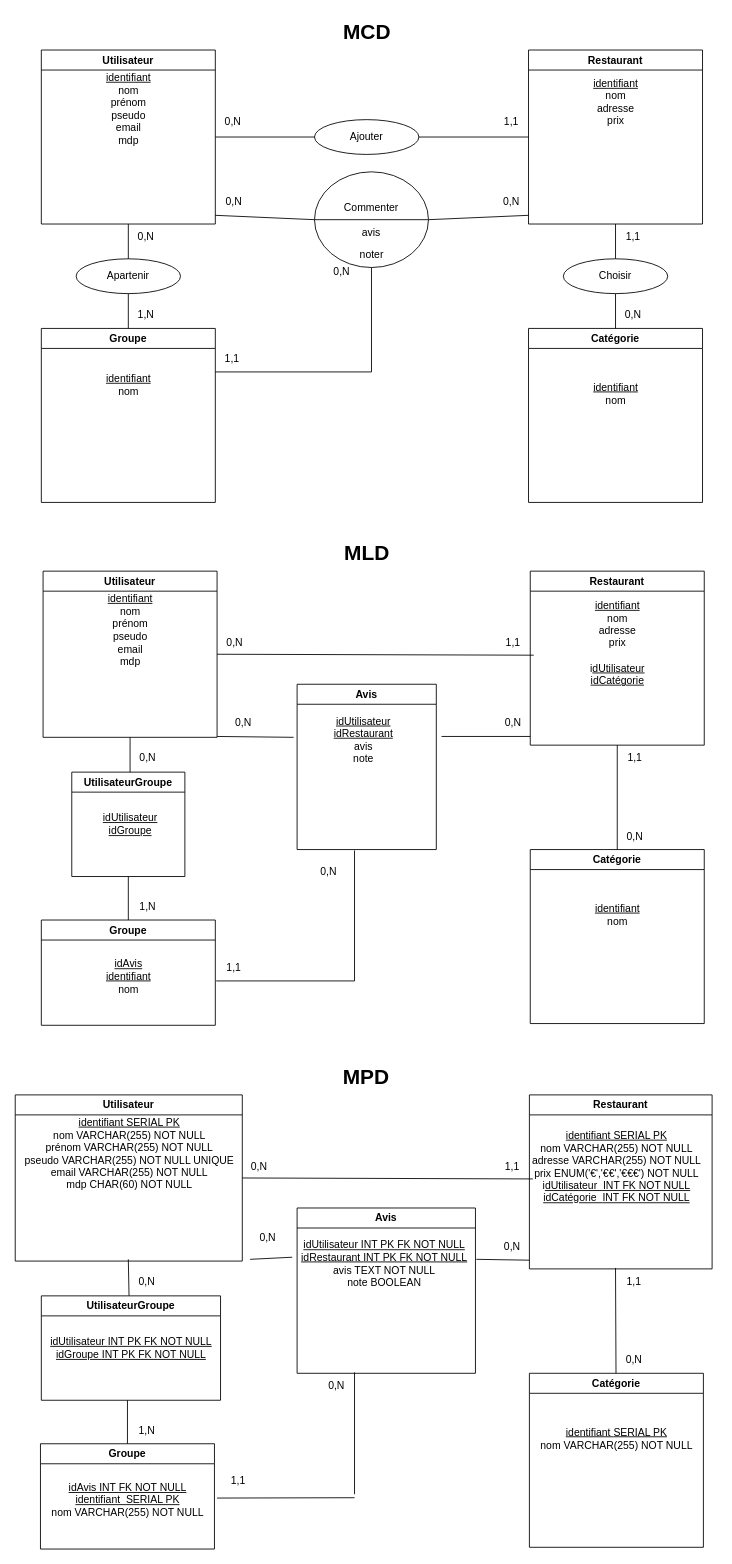
Before: filRouge.drawio in JeromeC7/LesRestoDesPotos, a draw.io diagram. Source tidied: cells renumbered, new cells numbered last; positions are measured from the earlier drawing's top-left corner, leaving out a move shared by most shapes. Both pictures are drawn from the tidied source at 87%, with x=0, y=0 at pixel (15, 15).
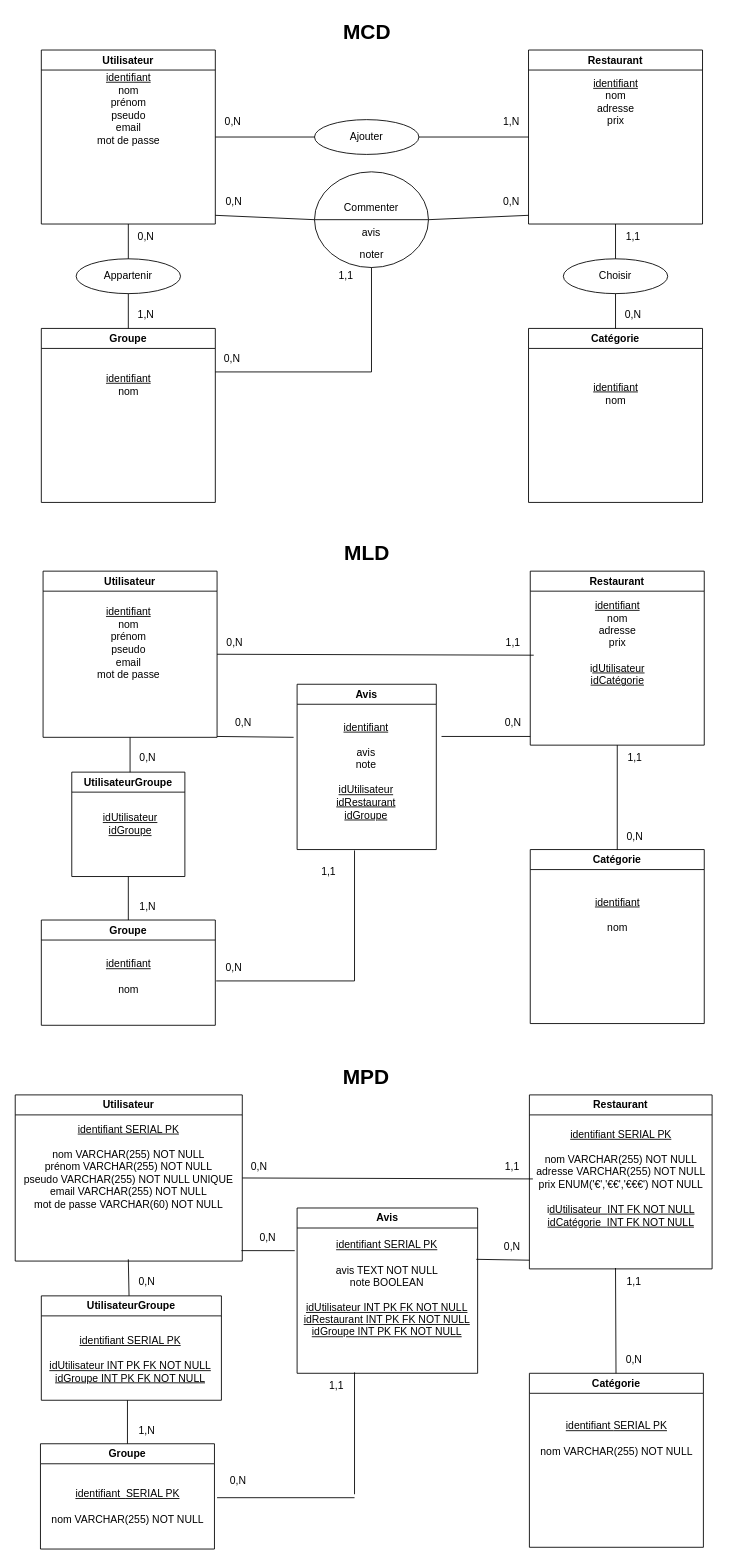
The same page after the edit.

Commit message:
Mettre à jour filRouge.drawio

The change refers to these unchanged cells:
```xml
<mxCell id="2" value="Utilisateur" style="swimlane;whiteSpace=wrap;html=1;" parent="1" vertex="1">
  <mxGeometry x="30" y="40" width="200" height="200" as="geometry" />
</mxCell>
<mxCell id="32" value="Utilisateur" style="swimlane;whiteSpace=wrap;html=1;" parent="1" vertex="1">
  <mxGeometry x="32" y="639" width="200" height="191" as="geometry" />
</mxCell>
<mxCell id="37" value="Catégorie" style="swimlane;whiteSpace=wrap;html=1;" parent="1" vertex="1">
  <mxGeometry x="592" y="959" width="200" height="200" as="geometry" />
</mxCell>
<mxCell id="48" value="Groupe" style="swimlane;whiteSpace=wrap;html=1;" parent="1" vertex="1">
  <mxGeometry x="30" y="1040" width="200" height="121" as="geometry" />
</mxCell>
<mxCell id="55" value="Avis" style="swimlane;whiteSpace=wrap;html=1;" parent="1" vertex="1">
  <mxGeometry x="324" y="769" width="160" height="190" as="geometry" />
</mxCell>
<mxCell id="59" value="Utilisateur" style="swimlane;whiteSpace=wrap;html=1;" parent="1" vertex="1">
  <mxGeometry y="1241" width="261" height="191" as="geometry" />
</mxCell>
<mxCell id="61" value="Restaurant" style="swimlane;whiteSpace=wrap;html=1;" parent="1" vertex="1">
  <mxGeometry x="591" y="1241" width="210" height="200" as="geometry" />
</mxCell>
<mxCell id="64" value="Catégorie" style="swimlane;whiteSpace=wrap;html=1;" parent="1" vertex="1">
  <mxGeometry x="591" y="1561" width="200" height="200" as="geometry" />
</mxCell>
<mxCell id="75" value="Groupe" style="swimlane;whiteSpace=wrap;html=1;" parent="1" vertex="1">
  <mxGeometry x="29" y="1642" width="200" height="121" as="geometry" />
</mxCell>
```

What changed in the source:
```diff
@@
-    <mxCell id="3" value="&lt;u&gt;identifiant&lt;/u&gt;&lt;br&gt;nom&lt;br&gt;prénom&lt;br&gt;pseudo&lt;br&gt;email&lt;br&gt;mdp" style="text;html=1;align=center;verticalAlign=middle;strokeColor=none;fillColor=none;" parent="2" vertex="1">
-      <mxGeometry x="65" y="18" width="70" height="100" as="geometry" />
+    <mxCell id="3" value="&lt;u&gt;identifiant&lt;/u&gt;&lt;br&gt; nom &lt;br&gt;prénom &lt;br&gt;pseudo &lt;br&gt;email &lt;br&gt;mot de passe" style="text;html=1;align=center;verticalAlign=middle;strokeColor=none;fillColor=none;" parent="2" vertex="1">
+      <mxGeometry x="50" y="18" width="100" height="100" as="geometry" />
     </mxCell>
@@
-    <mxCell id="17" value="1,1" style="text;html=1;align=center;verticalAlign=middle;strokeColor=none;fillColor=none;" parent="1" vertex="1">
+    <mxCell id="17" value="1,N" style="text;html=1;align=center;verticalAlign=middle;strokeColor=none;fillColor=none;" parent="1" vertex="1">
       <mxGeometry x="550" y="108" width="40" height="30" as="geometry" />
     </mxCell>
@@
-    <mxCell id="27" value="Apartenir" style="ellipse;whiteSpace=wrap;html=1;" parent="1" vertex="1">
+    <mxCell id="27" value="Appartenir" style="ellipse;whiteSpace=wrap;html=1;" parent="1" vertex="1">
       <mxGeometry x="70" y="280" width="120" height="40" as="geometry" />
     </mxCell>
@@
-    <mxCell id="33" value="&lt;u&gt;identifiant&lt;/u&gt;&lt;br&gt;nom&lt;br&gt;prénom&lt;br&gt;pseudo&lt;br&gt;email&lt;br&gt;mdp" style="text;html=1;align=center;verticalAlign=middle;strokeColor=none;fillColor=none;" parent="32" vertex="1">
-      <mxGeometry x="65" y="18" width="70" height="100" as="geometry" />
+    <mxCell id="33" value="&lt;u&gt;identifiant&lt;/u&gt;&lt;br&gt; nom &lt;br&gt;prénom &lt;br&gt;pseudo &lt;br&gt;email &lt;br&gt;mot de passe" style="text;html=1;align=center;verticalAlign=middle;strokeColor=none;fillColor=none;" parent="32" vertex="1">
+      <mxGeometry x="48" y="33" width="100" height="100" as="geometry" />
     </mxCell>
@@
-    <mxCell id="38" value="&lt;u&gt;identifiant&lt;/u&gt;&lt;br&gt;nom" style="text;html=1;align=center;verticalAlign=middle;strokeColor=none;fillColor=none;" parent="37" vertex="1">
-      <mxGeometry x="65" y="55" width="70" height="40" as="geometry" />
+    <mxCell id="38" value="&lt;u&gt;identifiant&lt;br&gt;&lt;/u&gt;&lt;br&gt;nom" style="text;html=1;align=center;verticalAlign=middle;strokeColor=none;fillColor=none;" parent="37" vertex="1">
+      <mxGeometry x="65" y="45" width="70" height="60" as="geometry" />
     </mxCell>
@@
-    <mxCell id="49" value="&lt;u&gt;idAvis&lt;br&gt;identifiant&lt;/u&gt;&lt;br&gt; nom" style="text;html=1;align=center;verticalAlign=middle;strokeColor=none;fillColor=none;" parent="48" vertex="1">
+    <mxCell id="49" value="&lt;u&gt;identifiant&lt;br&gt;&lt;/u&gt;&lt;br&gt; nom" style="text;html=1;align=center;verticalAlign=middle;strokeColor=none;fillColor=none;" parent="48" vertex="1">
       <mxGeometry x="65" y="35" width="70" height="60" as="geometry" />
     </mxCell>
@@
-    <mxCell id="56" value="&lt;u&gt;idUtilisateur&lt;/u&gt;&lt;br&gt;&lt;u&gt;idRestaurant&lt;/u&gt;&lt;br&gt;avis&lt;br&gt;note" style="text;html=1;align=center;verticalAlign=middle;strokeColor=none;fillColor=none;" parent="1" vertex="1">
-      <mxGeometry x="355" y="798" width="90" height="70" as="geometry" />
+    <mxCell id="56" value="&lt;u&gt;identifiant&lt;br&gt;&lt;/u&gt;&lt;br&gt;avis&lt;br&gt;note&lt;br&gt;&lt;br&gt;&lt;u style=&quot;border-color: var(--border-color);&quot;&gt;idUtilisateur&lt;/u&gt;&lt;br style=&quot;border-color: var(--border-color);&quot;&gt;&lt;u style=&quot;border-color: var(--border-color);&quot;&gt;idRestaurant&lt;br&gt;&lt;/u&gt;&lt;u&gt;idGroupe&lt;/u&gt;" style="text;html=1;align=center;verticalAlign=middle;strokeColor=none;fillColor=none;" parent="55" vertex="1">
+      <mxGeometry x="34" y="35" width="90" height="130" as="geometry" />
     </mxCell>
@@
-    <mxCell id="60" value="&lt;u&gt;identifiant SERIAL PK&lt;/u&gt;&lt;br&gt; nom VARCHAR(255) NOT NULL &lt;br&gt;prénom VARCHAR(255) NOT NULL &lt;br&gt;pseudo VARCHAR(255) NOT NULL UNIQUE&lt;br&gt;email VARCHAR(255) NOT NULL &lt;br&gt;mdp CHAR(60) NOT NULL" style="text;html=1;align=center;verticalAlign=middle;strokeColor=none;fillColor=none;" parent="59" vertex="1">
-      <mxGeometry x="1" y="18" width="260" height="100" as="geometry" />
+    <mxCell id="60" value="&lt;u&gt;identifiant SERIAL PK&lt;br&gt;&lt;/u&gt;&lt;br&gt; nom VARCHAR(255) NOT NULL &lt;br&gt;prénom VARCHAR(255) NOT NULL &lt;br&gt;pseudo VARCHAR(255) NOT NULL UNIQUE&lt;br&gt;email VARCHAR(255) NOT NULL &lt;br&gt;mot de passe VARCHAR(60) NOT NULL" style="text;html=1;align=center;verticalAlign=middle;strokeColor=none;fillColor=none;" parent="59" vertex="1">
+      <mxGeometry y="28" width="260" height="110" as="geometry" />
     </mxCell>
@@
-    <mxCell id="62" value="&lt;u&gt;identifiant SERIAL PK&lt;/u&gt;&lt;br&gt; nom VARCHAR(255) NOT NULL &lt;br&gt;adresse VARCHAR(255) NOT NULL &lt;br&gt;prix ENUM('€','€€','€€€') NOT NULL &lt;br&gt;i&lt;u&gt;dUtilisateur&amp;nbsp;  &lt;/u&gt;&lt;u style=&quot;border-color: var(--border-color);&quot;&gt;INT FK NOT NULL &lt;/u&gt;&lt;u&gt;&lt;br&gt;idCatégorie&amp;nbsp;  &lt;/u&gt;&lt;u style=&quot;border-color: var(--border-color);&quot;&gt;INT FK NOT NULL&lt;/u&gt;" style="text;html=1;align=center;verticalAlign=middle;strokeColor=none;fillColor=none;" parent="61" vertex="1">
-      <mxGeometry x="-10" y="33" width="220" height="100" as="geometry" />
+    <mxCell id="62" value="&lt;u&gt;identifiant SERIAL PK&lt;br&gt;&lt;/u&gt;&lt;br&gt; nom VARCHAR(255) NOT NULL &lt;br&gt;adresse VARCHAR(255) NOT NULL &lt;br&gt;prix ENUM('€','€€','€€€') NOT NULL &lt;br&gt;&lt;br&gt;i&lt;u&gt;dUtilisateur&amp;nbsp;  &lt;/u&gt;&lt;u style=&quot;border-color: var(--border-color);&quot;&gt;INT FK NOT NULL &lt;/u&gt;&lt;u&gt;&lt;br&gt;idCatégorie&amp;nbsp;  &lt;/u&gt;&lt;u style=&quot;border-color: var(--border-color);&quot;&gt;INT FK NOT NULL&lt;/u&gt;" style="text;html=1;align=center;verticalAlign=middle;strokeColor=none;fillColor=none;" parent="61" vertex="1">
+      <mxGeometry x="-5" y="30.5" width="220" height="130" as="geometry" />
     </mxCell>
@@
-    <mxCell id="65" value="&lt;u&gt;identifiant&amp;nbsp;&lt;/u&gt;&lt;u style=&quot;border-color: var(--border-color);&quot;&gt;SERIAL PK&lt;/u&gt;&lt;br&gt;nom VARCHAR(255) NOT NULL" style="text;html=1;align=center;verticalAlign=middle;strokeColor=none;fillColor=none;" parent="64" vertex="1">
-      <mxGeometry y="55" width="200" height="40" as="geometry" />
+    <mxCell id="65" value="&lt;u&gt;identifiant&amp;nbsp;&lt;/u&gt;&lt;u style=&quot;border-color: var(--border-color);&quot;&gt;SERIAL PK&lt;br&gt;&lt;/u&gt;&lt;br&gt;nom VARCHAR(255) NOT NULL" style="text;html=1;align=center;verticalAlign=middle;strokeColor=none;fillColor=none;" parent="64" vertex="1">
+      <mxGeometry y="45" width="200" height="60" as="geometry" />
     </mxCell>
@@
-    <mxCell id="67" style="endArrow=none;html=1;rounded=0;entryX=-0.003;entryY=0.394;entryDx=0;entryDy=0;entryPerimeter=0;" parent="1" edge="1" target="83">
+    <mxCell id="67" style="endArrow=none;html=1;rounded=0;entryX=-0.001;entryY=0.136;entryDx=0;entryDy=0;entryPerimeter=0;" parent="1" edge="1" target="83">
       <mxGeometry relative="1" as="geometry">
-        <mxPoint x="270" y="1430" as="sourcePoint" />
+        <mxPoint x="260" y="1420" as="sourcePoint" />
       </mxGeometry>
     </mxCell>
@@
-    <mxCell id="76" value="&lt;u&gt;idAvis INT FK NOT NULL&lt;br&gt;identifiant&amp;nbsp; &lt;/u&gt;&lt;u style=&quot;border-color: var(--border-color);&quot;&gt;SERIAL PK&lt;/u&gt;&lt;br&gt; nom VARCHAR(255) NOT NULL" style="text;html=1;align=center;verticalAlign=middle;points=[];strokeColor=none;fillColor=none;" parent="75" vertex="1">
-      <mxGeometry y="35" width="200" height="60" as="geometry" />
+    <mxCell id="76" value="&lt;u&gt;&lt;br&gt;identifiant&amp;nbsp; &lt;/u&gt;&lt;u style=&quot;border-color: var(--border-color);&quot;&gt;SERIAL PK&lt;br&gt;&lt;/u&gt;&lt;br&gt; nom VARCHAR(255) NOT NULL" style="text;html=1;align=center;verticalAlign=middle;points=[];strokeColor=none;fillColor=none;" parent="75" vertex="1">
+      <mxGeometry y="30" width="200" height="70" as="geometry" />
     </mxCell>
@@
     <mxCell id="82" value="Avis" style="swimlane;whiteSpace=wrap;html=1;" parent="1" vertex="1">
-      <mxGeometry x="324" y="1371" width="205" height="190" as="geometry" />
+      <mxGeometry x="324" y="1371" width="207.5" height="190" as="geometry" />
     </mxCell>
-    <mxCell id="83" value="&lt;u&gt;idUtilisateur INT PK FK NOT NULL&lt;/u&gt;&lt;br&gt;&lt;u&gt;idRestaurant&amp;nbsp;&lt;/u&gt;&lt;u style=&quot;border-color: var(--border-color);&quot;&gt;INT PK FK NOT NULL&lt;/u&gt;&lt;u&gt;&lt;br&gt;&lt;/u&gt;avis TEXT NOT NULL&lt;br&gt;note BOOLEAN" style="text;html=1;align=center;verticalAlign=middle;points=[];strokeColor=none;fillColor=none;" parent="82" vertex="1">
-      <mxGeometry x="-5" y="29" width="210" height="70" as="geometry" />
+    <mxCell id="83" value="&lt;u&gt;identifiant SERIAL PK&lt;br&gt;&lt;br&gt;&lt;/u&gt;avis TEXT NOT NULL&lt;br style=&quot;border-color: var(--border-color);&quot;&gt;note BOOLEAN&lt;br&gt;&lt;u&gt;&lt;br&gt;idUtilisateur INT PK FK NOT NULL&lt;/u&gt;&lt;br&gt;&lt;u&gt;idRestaurant&amp;nbsp;&lt;/u&gt;&lt;u style=&quot;border-color: var(--border-color);&quot;&gt;INT PK FK NOT NULL&lt;br&gt;&lt;/u&gt;&lt;u&gt;idGroupe INT PK FK NOT NULL&lt;br&gt;&lt;br&gt;&lt;/u&gt;" style="text;html=1;align=center;verticalAlign=middle;points=[];strokeColor=none;fillColor=none;" parent="82" vertex="1">
+      <mxGeometry x="-2.5" y="30" width="210" height="140" as="geometry" />
     </mxCell>
     <mxCell id="84" value="UtilisateurGroupe" style="swimlane;whiteSpace=wrap;html=1;" parent="1" vertex="1">
-      <mxGeometry x="30" y="1472" width="206" height="120" as="geometry" />
+      <mxGeometry x="30" y="1472" width="207" height="120" as="geometry" />
     </mxCell>
-    <mxCell id="85" value="&lt;u&gt;idUtilisateur&amp;nbsp;&lt;/u&gt;&lt;u style=&quot;border-color: var(--border-color);&quot;&gt;INT PK FK NOT NULL&lt;/u&gt;&lt;u&gt;&lt;br&gt;idGroupe&amp;nbsp;&lt;/u&gt;&lt;u style=&quot;border-color: var(--border-color);&quot;&gt;INT PK FK NOT NULL&lt;/u&gt;" style="text;html=1;align=center;verticalAlign=middle;strokeColor=none;fillColor=none;" parent="84" vertex="1">
-      <mxGeometry x="-2" y="40" width="210" height="40" as="geometry" />
+    <mxCell id="85" value="&lt;u&gt;identifiant SERIAL PK&lt;br&gt;&lt;br&gt;idUtilisateur&amp;nbsp;&lt;/u&gt;&lt;u style=&quot;border-color: var(--border-color);&quot;&gt;INT PK FK NOT NULL&lt;/u&gt;&lt;u&gt;&lt;br&gt;idGroupe&amp;nbsp;&lt;/u&gt;&lt;u style=&quot;border-color: var(--border-color);&quot;&gt;INT PK FK NOT NULL&lt;/u&gt;" style="text;html=1;align=center;verticalAlign=middle;strokeColor=none;fillColor=none;" parent="84" vertex="1">
+      <mxGeometry x="-3" y="38" width="210" height="70" as="geometry" />
     </mxCell>
-    <mxCell id="86" value="1,1" style="text;html=1;align=center;verticalAlign=middle;strokeColor=none;fillColor=none;" parent="1" vertex="1">
+    <mxCell id="86" value="0,N" style="text;html=1;align=center;verticalAlign=middle;strokeColor=none;fillColor=none;" parent="1" vertex="1">
       <mxGeometry x="229" y="380" width="40" height="30" as="geometry" />
     </mxCell>
-    <mxCell id="87" value="0,N" style="text;html=1;align=center;verticalAlign=middle;strokeColor=none;fillColor=none;" parent="1" vertex="1">
-      <mxGeometry x="355" y="280" width="40" height="30" as="geometry" />
+    <mxCell id="87" value="1,1" style="text;html=1;align=center;verticalAlign=middle;strokeColor=none;fillColor=none;" parent="1" vertex="1">
+      <mxGeometry x="360" y="285" width="40" height="30" as="geometry" />
     </mxCell>
@@
-    <mxCell id="90" value="0,N" style="text;html=1;align=center;verticalAlign=middle;strokeColor=none;fillColor=none;" parent="1" vertex="1">
+    <mxCell id="90" value="1,1" style="text;html=1;align=center;verticalAlign=middle;strokeColor=none;fillColor=none;" parent="1" vertex="1">
       <mxGeometry x="340" y="970" width="40" height="30" as="geometry" />
     </mxCell>
-    <mxCell id="91" value="1,1" style="text;html=1;align=center;verticalAlign=middle;strokeColor=none;fillColor=none;" parent="1" vertex="1">
+    <mxCell id="91" value="0,N" style="text;html=1;align=center;verticalAlign=middle;strokeColor=none;fillColor=none;" parent="1" vertex="1">
       <mxGeometry x="231" y="1080" width="40" height="30" as="geometry" />
     </mxCell>
@@
-    <mxCell id="94" value="1,1" style="text;html=1;align=center;verticalAlign=middle;strokeColor=none;fillColor=none;" parent="1" vertex="1">
+    <mxCell id="94" value="0,N" style="text;html=1;align=center;verticalAlign=middle;strokeColor=none;fillColor=none;" parent="1" vertex="1">
       <mxGeometry x="236" y="1670" width="40" height="30" as="geometry" />
     </mxCell>
-    <mxCell id="95" value="0,N" style="text;html=1;align=center;verticalAlign=middle;strokeColor=none;fillColor=none;" parent="1" vertex="1">
+    <mxCell id="95" value="1,1" style="text;html=1;align=center;verticalAlign=middle;strokeColor=none;fillColor=none;" parent="1" vertex="1">
       <mxGeometry x="349" y="1561" width="40" height="30" as="geometry" />
     </mxCell>
```
